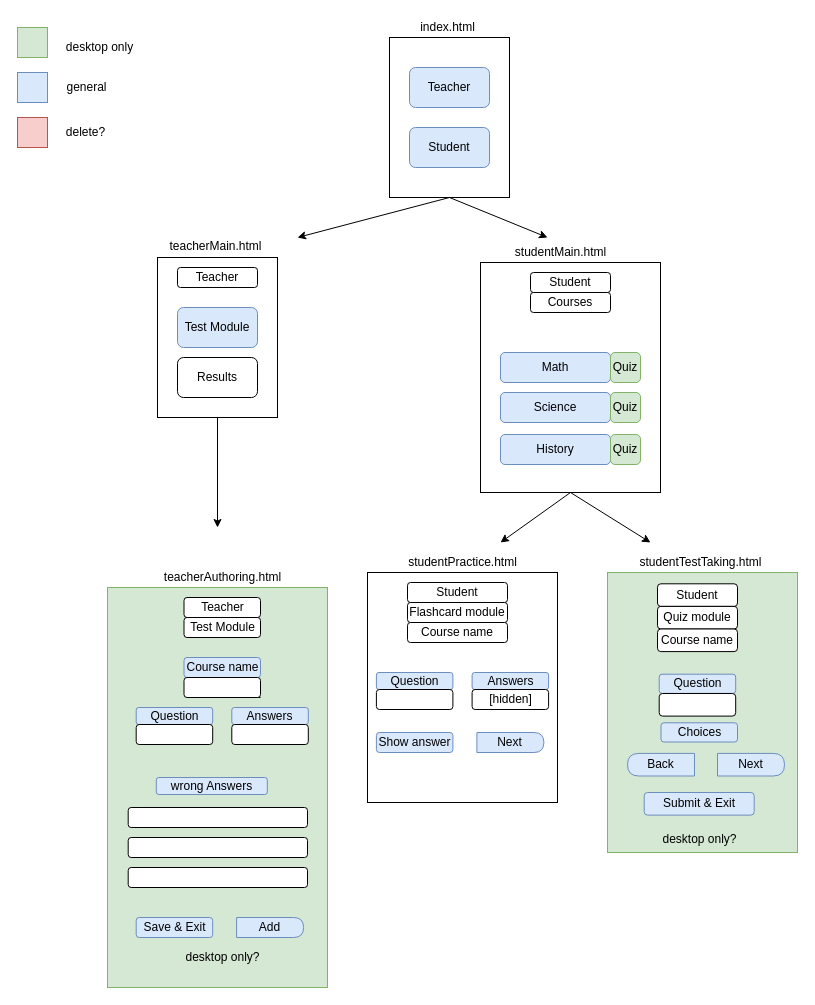
This is page "index" (1 of 6) of Untitled Diagram.drawio from Yousef-Emadi/ZOE-Website, a draw.io file, before an edit. Source tidied: cells renumbered, new cells numbered last; positions are measured from the earlier drawing's top-left corner, leaving out a move shared by most shapes. Both pictures are drawn from the tidied source at 100%, with x=0, y=0 at pixel (17, 17).
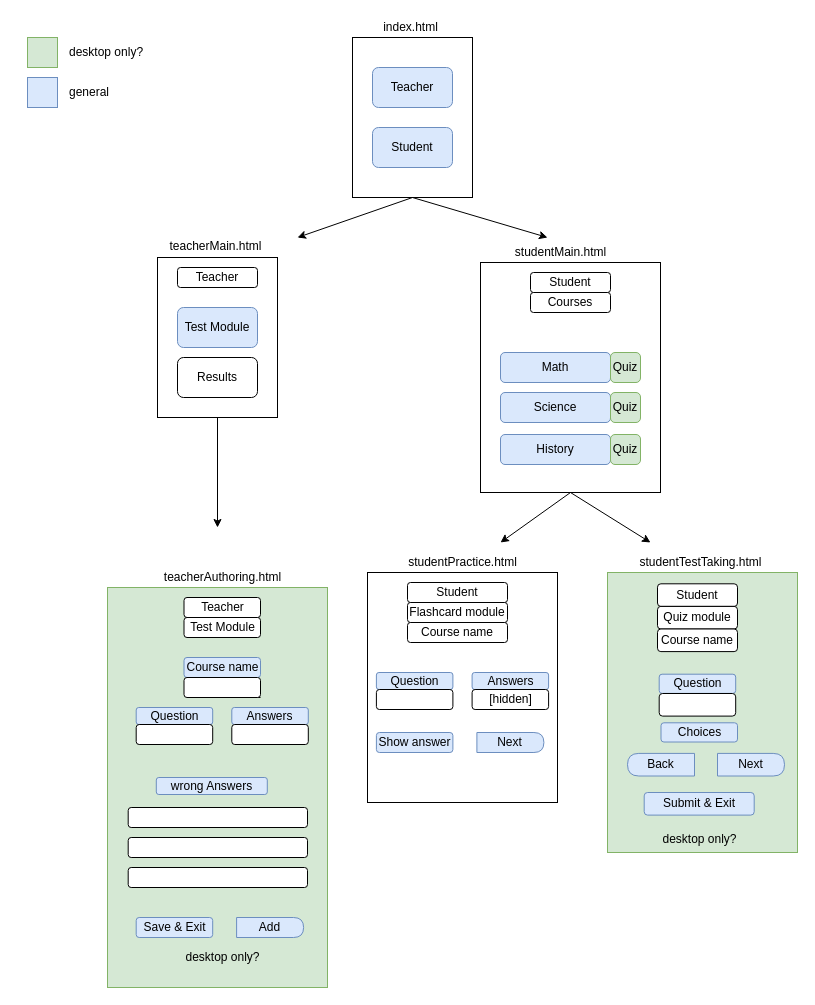
The same page after the edit.

What changed in the source:
```diff
@@
     <mxCell id="2" style="rounded=0;whiteSpace=wrap;html=1;" parent="1" vertex="1">
-      <mxGeometry x="372" y="20" width="120" height="160" as="geometry" />
+      <mxGeometry x="335" y="20" width="120" height="160" as="geometry" />
     </mxCell>
@@
     <mxCell id="5" value="Teacher" style="rounded=1;whiteSpace=wrap;html=1;fillColor=#dae8fc;strokeColor=#6c8ebf;" parent="1" vertex="1">
-      <mxGeometry x="392" y="50" width="80" height="40" as="geometry" />
+      <mxGeometry x="355" y="50" width="80" height="40" as="geometry" />
     </mxCell>
     <mxCell id="6" value="Student" style="rounded=1;whiteSpace=wrap;html=1;fillColor=#dae8fc;strokeColor=#6c8ebf;" parent="1" vertex="1">
-      <mxGeometry x="392" y="110" width="80" height="40" as="geometry" />
+      <mxGeometry x="355" y="110" width="80" height="40" as="geometry" />
     </mxCell>
@@
     <mxCell id="48" style="rounded=0;whiteSpace=wrap;html=1;fillColor=#d5e8d4;strokeColor=#82b366;" parent="1" vertex="1">
-      <mxGeometry y="10" width="30" height="30" as="geometry" />
+      <mxGeometry x="10" y="20" width="30" height="30" as="geometry" />
     </mxCell>
     <mxCell id="49" style="rounded=0;whiteSpace=wrap;html=1;fillColor=#dae8fc;strokeColor=#6c8ebf;" parent="1" vertex="1">
-      <mxGeometry y="55" width="30" height="30" as="geometry" />
+      <mxGeometry x="10" y="60" width="30" height="30" as="geometry" />
     </mxCell>
-    <mxCell id="50" style="rounded=0;whiteSpace=wrap;html=1;fillColor=#f8cecc;strokeColor=#b85450;" parent="1" vertex="1">
-      <mxGeometry y="100" width="30" height="30" as="geometry" />
-    </mxCell>
-    <mxCell id="51" value="desktop only" style="text;html=1;align=center;verticalAlign=middle;" parent="1" vertex="1">
-      <mxGeometry x="42" y="20" width="80" height="20" as="geometry" />
+    <mxCell id="51" value="desktop only?" style="text;html=1;align=left;verticalAlign=middle;" parent="1" vertex="1">
+      <mxGeometry x="50" y="25" width="90" height="20" as="geometry" />
     </mxCell>
-    <mxCell id="52" value="delete?" style="text;html=1;align=center;verticalAlign=middle;" parent="1" vertex="1">
-      <mxGeometry x="43" y="105" width="50" height="20" as="geometry" />
-    </mxCell>
-    <mxCell id="53" value="general" style="text;html=1;align=center;verticalAlign=middle;" parent="1" vertex="1">
-      <mxGeometry x="39" y="60" width="60" height="20" as="geometry" />
+    <mxCell id="53" value="general" style="text;html=1;align=left;verticalAlign=middle;" parent="1" vertex="1">
+      <mxGeometry x="50" y="65" width="60" height="20" as="geometry" />
     </mxCell>
@@
     <mxCell id="55" value="index.html" style="text;html=1;align=center;verticalAlign=middle;" parent="1" vertex="1">
-      <mxGeometry x="395" width="70" height="20" as="geometry" />
+      <mxGeometry x="358" width="70" height="20" as="geometry" />
     </mxCell>
```
